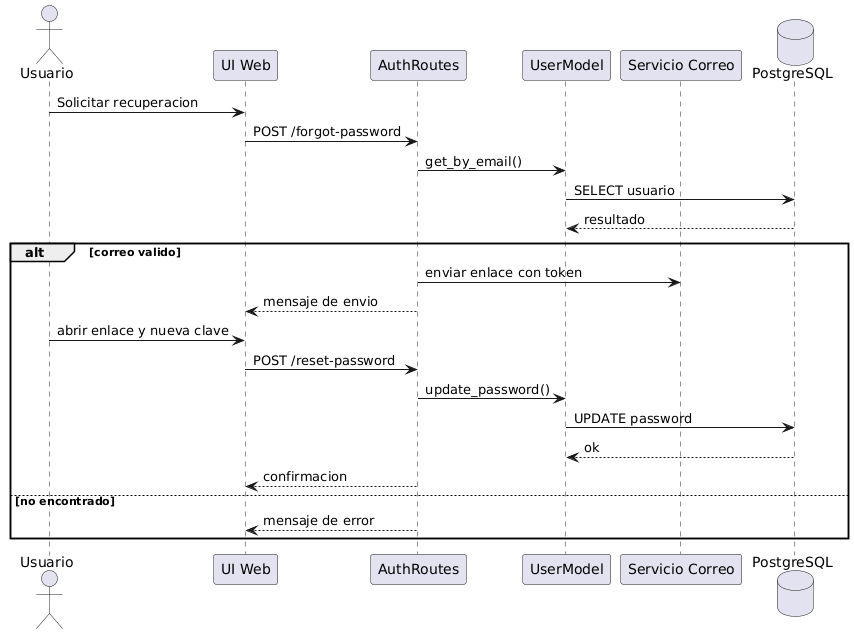
Above: docs/uml/render/secuencias/CU16_recuperar_contrasena.png in maranavard/SISTEMA-COMPUTACIONAL-PARA-LA-GESTION-Y-CONTROL-DE-ACCESO-DE-AUTOMOVILES-M-DULO-WEB (PlantUML), before the change.
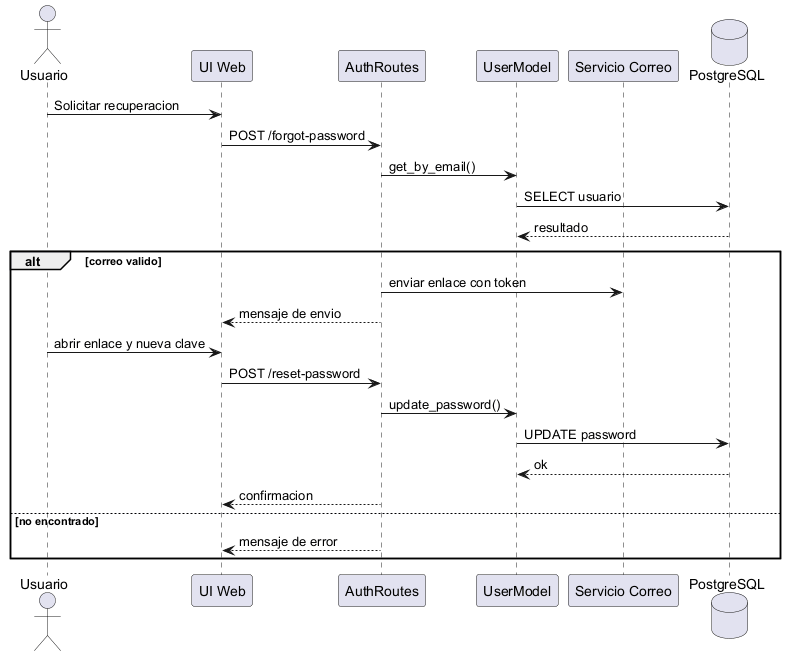
Later version of the same file.

Diff of the diagram source:
```diff
@@ -1,4 +1,4 @@
-@startuml
+@startuml CU16_recuperar_contrasena
 actor Usuario
 participant "UI Web" as UI
 participant "AuthRoutes" as A
```
